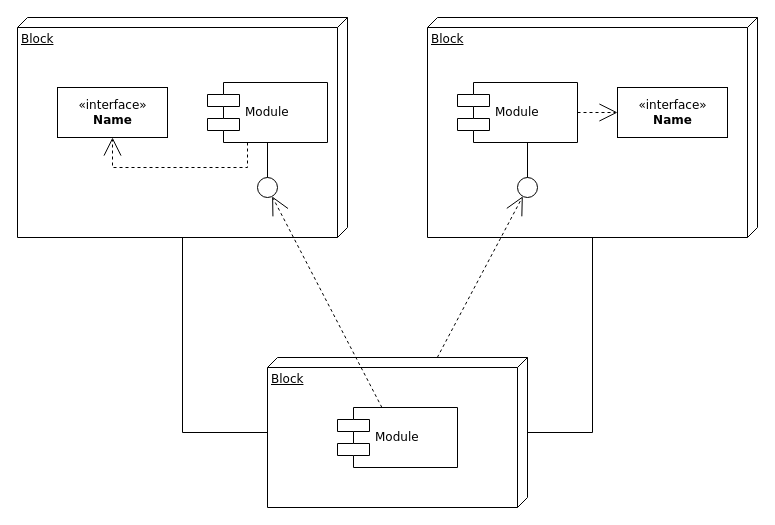
Earlier version of the draw.io diagram doc/diagrams/architecture.drawio (SEAME-pt/Team02-Course). Source tidied: cells renumbered, new cells numbered last; positions are measured from the earlier drawing's top-left corner, leaving out a move shared by most shapes. Both pictures are drawn from the tidied source at 100%, with x=0, y=0 at pixel (17, 17).
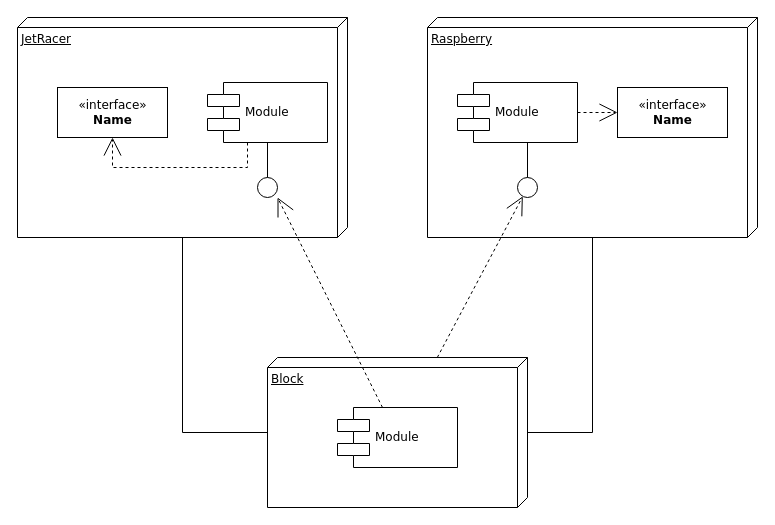
After the change.

The change refers to these unchanged cells:
```xml
<mxCell id="7" style="ellipse;whiteSpace=wrap;html=1;rounded=0;shadow=0;comic=0;labelBackgroundColor=none;strokeWidth=1;fontFamily=Verdana;fontSize=12;align=center;" parent="1" vertex="1">
  <mxGeometry x="240" y="160" width="20" height="20" as="geometry" />
</mxCell>
<mxCell id="11" value="Module" style="shape=component;align=left;spacingLeft=36;rounded=0;shadow=0;comic=0;labelBackgroundColor=none;strokeWidth=1;fontFamily=Verdana;fontSize=12;html=1;" parent="1" vertex="1">
  <mxGeometry x="320" y="390" width="120" height="60" as="geometry" />
</mxCell>
```

Change to the diagram source:
```diff
@@
-    <mxCell id="2" value="Block" style="verticalAlign=top;align=left;spacingTop=8;spacingLeft=2;spacingRight=12;shape=cube;size=10;direction=south;fontStyle=4;html=1;rounded=0;shadow=0;comic=0;labelBackgroundColor=none;strokeWidth=1;fontFamily=Verdana;fontSize=12;" parent="1" vertex="1">
+    <mxCell id="2" value="JetRacer&lt;div&gt;&lt;br&gt;&lt;/div&gt;" style="verticalAlign=top;align=left;spacingTop=8;spacingLeft=2;spacingRight=12;shape=cube;size=10;direction=south;fontStyle=4;html=1;rounded=0;shadow=0;comic=0;labelBackgroundColor=none;strokeWidth=1;fontFamily=Verdana;fontSize=12;" parent="1" vertex="1">
       <mxGeometry width="330" height="220" as="geometry" />
     </mxCell>
-    <mxCell id="3" value="Block" style="verticalAlign=top;align=left;spacingTop=8;spacingLeft=2;spacingRight=12;shape=cube;size=10;direction=south;fontStyle=4;html=1;rounded=0;shadow=0;comic=0;labelBackgroundColor=none;strokeWidth=1;fontFamily=Verdana;fontSize=12;" parent="1" vertex="1">
+    <mxCell id="3" value="Raspberry&lt;div&gt;&lt;br&gt;&lt;/div&gt;" style="verticalAlign=top;align=left;spacingTop=8;spacingLeft=2;spacingRight=12;shape=cube;size=10;direction=south;fontStyle=4;html=1;rounded=0;shadow=0;comic=0;labelBackgroundColor=none;strokeWidth=1;fontFamily=Verdana;fontSize=12;" parent="1" vertex="1">
       <mxGeometry x="410" width="330" height="220" as="geometry" />
     </mxCell>
@@
-    <mxCell id="12" style="edgeStyle=none;rounded=0;html=1;dashed=1;labelBackgroundColor=none;startArrow=none;startFill=0;startSize=8;endArrow=open;endFill=0;endSize=16;fontFamily=Verdana;fontSize=12;" parent="1" edge="1" source="11" target="7">
+    <mxCell id="12" style="edgeStyle=none;rounded=0;html=1;dashed=1;labelBackgroundColor=none;startArrow=none;startFill=0;startSize=8;endArrow=open;endFill=0;endSize=16;fontFamily=Verdana;fontSize=12;entryX=1;entryY=1;entryDx=0;entryDy=0;entryPerimeter=0;" parent="1" edge="1" source="11" target="7">
       <mxGeometry relative="1" as="geometry" />
     </mxCell>
```
